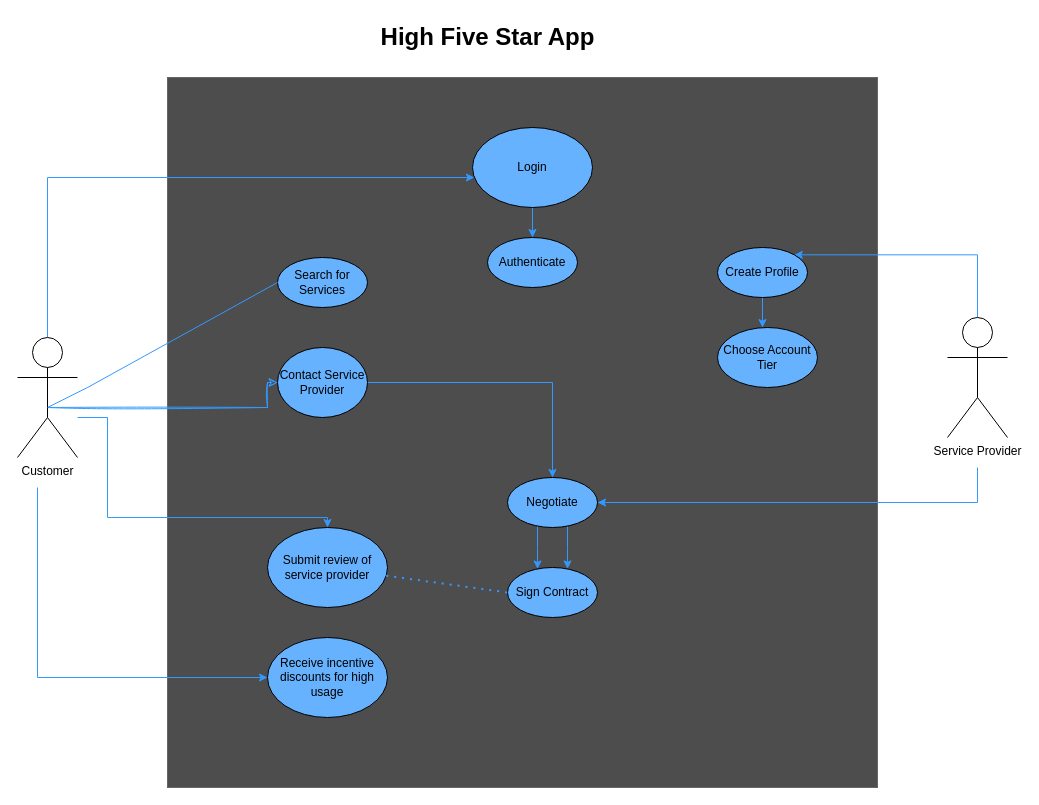
The draw.io diagram AppUseCaseDiagram.drawio in schurch82/High-Five-Star, before the edit. Source tidied: cells renumbered, new cells numbered last; positions are measured from the earlier drawing's top-left corner, leaving out a move shared by most shapes. Both pictures are drawn from the tidied source at 100%, with x=0, y=0 at pixel (17, 17).
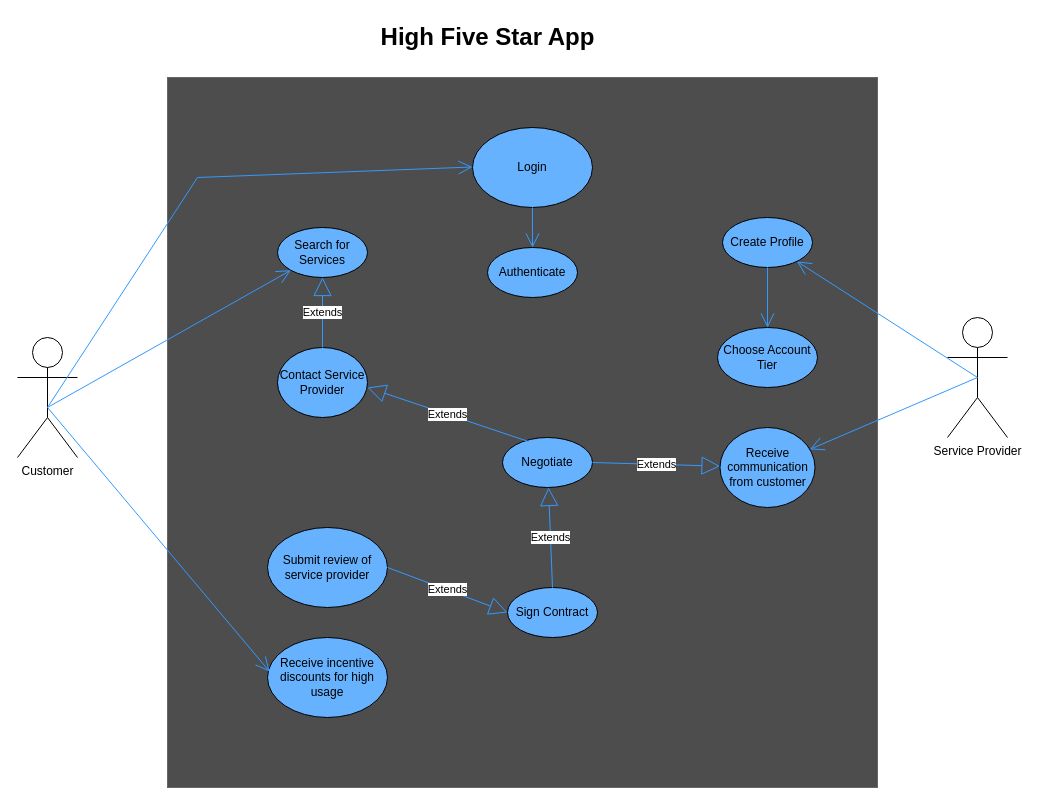
The same diagram, later.

Commit message (it also covers changes not shown here):
Improves use case diagram and adds descriptions to documentation.docxn

The change refers to these unchanged cells:
```xml
<mxCell id="7" value="Customer" style="shape=umlActor;verticalLabelPosition=bottom;verticalAlign=top;html=1;outlineConnect=0;" parent="1" vertex="1">
  <mxGeometry y="320" width="60" height="120" as="geometry" />
</mxCell>
<mxCell id="10" value="Service Provider" style="shape=umlActor;verticalLabelPosition=bottom;verticalAlign=top;html=1;outlineConnect=0;" parent="1" vertex="1">
  <mxGeometry x="930" y="300" width="60" height="120" as="geometry" />
</mxCell>
<mxCell id="13" value="Login" style="ellipse;whiteSpace=wrap;html=1;fillColor=#66B2FF;" parent="1" vertex="1">
  <mxGeometry x="455" y="110" width="120" height="80" as="geometry" />
</mxCell>
<mxCell id="17" value="Contact Service Provider" style="ellipse;whiteSpace=wrap;html=1;fillColor=#66B2FF;" parent="1" vertex="1">
  <mxGeometry x="260" y="330" width="90" height="70" as="geometry" />
</mxCell>
<mxCell id="24" value="Choose Account Tier" style="ellipse;whiteSpace=wrap;html=1;fillColor=#66B2FF;" parent="1" vertex="1">
  <mxGeometry x="700" y="310" width="100" height="60" as="geometry" />
</mxCell>
<mxCell id="25" value="Submit review of service provider" style="ellipse;whiteSpace=wrap;html=1;fillColor=#66B2FF;" parent="1" vertex="1">
  <mxGeometry x="250" y="510" width="120" height="80" as="geometry" />
</mxCell>
<mxCell id="26" value="Receive incentive discounts for high usage" style="ellipse;whiteSpace=wrap;html=1;fillColor=#66B2FF;" parent="1" vertex="1">
  <mxGeometry x="250" y="620" width="120" height="80" as="geometry" />
</mxCell>
```

Change to the diagram source:
```diff
@@
-    <mxCell id="3" style="edgeStyle=orthogonalEdgeStyle;rounded=0;jettySize=auto;html=1;entryX=0;entryY=0.5;entryDx=0;entryDy=0;sketch=1;strokeColor=#3399FF;" parent="1" edge="1" target="17">
-      <mxGeometry relative="1" as="geometry">
-        <mxPoint x="30" y="390" as="sourcePoint" />
-        <Array as="points">
-          <mxPoint x="250" y="390" />
-          <mxPoint x="250" y="365" />
-        </Array>
-      </mxGeometry>
-    </mxCell>
-    <mxCell id="4" style="edgeStyle=orthogonalEdgeStyle;rounded=0;jettySize=auto;html=1;strokeColor=#3399FF;" parent="1" edge="1" source="7" target="25">
-      <mxGeometry relative="1" as="geometry">
-        <Array as="points">
-          <mxPoint x="90" y="400" />
-          <mxPoint x="90" y="500" />
-          <mxPoint x="310" y="500" />
-        </Array>
-      </mxGeometry>
-    </mxCell>
-    <mxCell id="5" style="edgeStyle=orthogonalEdgeStyle;rounded=0;jettySize=auto;html=1;strokeColor=#3399FF;" parent="1" edge="1" target="26">
-      <mxGeometry relative="1" as="geometry">
-        <mxPoint x="20" y="470" as="sourcePoint" />
-        <Array as="points">
-          <mxPoint x="20" y="660" />
-        </Array>
-      </mxGeometry>
-    </mxCell>
-    <mxCell id="6" style="edgeStyle=orthogonalEdgeStyle;rounded=0;jettySize=auto;html=1;strokeColor=#3399FF;" parent="1" edge="1" source="7" target="13">
-      <mxGeometry relative="1" as="geometry">
-        <Array as="points">
-          <mxPoint x="30" y="160" />
-        </Array>
-      </mxGeometry>
-    </mxCell>
@@
-    <mxCell id="8" style="edgeStyle=orthogonalEdgeStyle;rounded=0;jettySize=auto;html=1;entryX=1;entryY=0;entryDx=0;entryDy=0;strokeColor=#3399FF;" parent="1" edge="1" source="10" target="23">
-      <mxGeometry relative="1" as="geometry">
-        <Array as="points">
-          <mxPoint x="960" y="237" />
-        </Array>
-      </mxGeometry>
-    </mxCell>
-    <mxCell id="9" style="edgeStyle=orthogonalEdgeStyle;rounded=0;jettySize=auto;html=1;entryX=1;entryY=0.5;entryDx=0;entryDy=0;strokeColor=#3399FF;" parent="1" edge="1" target="20">
-      <mxGeometry relative="1" as="geometry">
-        <mxPoint x="960" y="450" as="sourcePoint" />
-        <Array as="points">
-          <mxPoint x="960" y="485" />
-        </Array>
-      </mxGeometry>
-    </mxCell>
@@
-    <mxCell id="12" style="edgeStyle=orthogonalEdgeStyle;rounded=0;jettySize=auto;html=1;strokeColor=#3399FF;" parent="1" edge="1" source="13" target="14">
-      <mxGeometry relative="1" as="geometry" />
-    </mxCell>
@@
     <mxCell id="14" value="Authenticate" style="ellipse;whiteSpace=wrap;html=1;fillColor=#66B2FF;" parent="1" vertex="1">
-      <mxGeometry x="470" y="220" width="90" height="50" as="geometry" />
+      <mxGeometry x="470" y="230" width="90" height="50" as="geometry" />
     </mxCell>
     <mxCell id="15" value="Search for Services" style="ellipse;whiteSpace=wrap;html=1;fillColor=#66B2FF;" parent="1" vertex="1">
-      <mxGeometry x="260" y="240" width="90" height="50" as="geometry" />
+      <mxGeometry x="260" y="210" width="90" height="50" as="geometry" />
     </mxCell>
-    <mxCell id="16" style="edgeStyle=orthogonalEdgeStyle;rounded=0;jettySize=auto;html=1;strokeColor=#3399FF;" parent="1" edge="1" source="17" target="20">
-      <mxGeometry relative="1" as="geometry" />
-    </mxCell>
@@
-    <mxCell id="18" style="edgeStyle=orthogonalEdgeStyle;rounded=0;jettySize=auto;html=1;strokeColor=#3399FF;" parent="1" edge="1" source="20" target="21">
-      <mxGeometry relative="1" as="geometry">
-        <Array as="points">
-          <mxPoint x="520" y="530" />
-          <mxPoint x="520" y="530" />
-        </Array>
-      </mxGeometry>
-    </mxCell>
-    <mxCell id="19" style="edgeStyle=orthogonalEdgeStyle;rounded=0;jettySize=auto;html=1;strokeColor=#3399FF;" parent="1" edge="1" source="20" target="21">
-      <mxGeometry relative="1" as="geometry">
-        <Array as="points">
-          <mxPoint x="550" y="530" />
-          <mxPoint x="550" y="530" />
-        </Array>
-      </mxGeometry>
-    </mxCell>
     <mxCell id="20" value="Negotiate" style="ellipse;whiteSpace=wrap;html=1;fillColor=#66B2FF;" parent="1" vertex="1">
-      <mxGeometry x="490" y="460" width="90" height="50" as="geometry" />
+      <mxGeometry x="485" y="420" width="90" height="50" as="geometry" />
     </mxCell>
     <mxCell id="21" value="Sign Contract" style="ellipse;whiteSpace=wrap;html=1;fillColor=#66B2FF;" parent="1" vertex="1">
-      <mxGeometry x="490" y="550" width="90" height="50" as="geometry" />
+      <mxGeometry x="490" y="570" width="90" height="50" as="geometry" />
     </mxCell>
-    <mxCell id="22" style="edgeStyle=orthogonalEdgeStyle;rounded=0;jettySize=auto;html=1;strokeColor=#3399FF;" parent="1" edge="1" source="23" target="24">
-      <mxGeometry relative="1" as="geometry">
-        <Array as="points">
-          <mxPoint x="745" y="310" />
-          <mxPoint x="745" y="310" />
-        </Array>
-      </mxGeometry>
-    </mxCell>
     <mxCell id="23" value="Create Profile" style="ellipse;whiteSpace=wrap;html=1;fillColor=#66B2FF;" parent="1" vertex="1">
-      <mxGeometry x="700" y="230" width="90" height="50" as="geometry" />
+      <mxGeometry x="705" y="200" width="90" height="50" as="geometry" />
     </mxCell>
@@
-    <mxCell id="27" style="endArrow=none;html=1;rounded=0;entryX=0;entryY=0.5;entryDx=0;entryDy=0;strokeColor=#3399FF;" parent="1" edge="1" target="15">
-      <mxGeometry relative="1" as="geometry">
-        <mxPoint x="30" y="390" as="sourcePoint" />
-        <Array as="points">
-          <mxPoint x="70" y="370" />
-        </Array>
-      </mxGeometry>
-    </mxCell>
-    <mxCell id="28" style="endArrow=none;dashed=1;html=1;dashPattern=1 3;strokeWidth=2;rounded=0;entryX=0;entryY=0.5;entryDx=0;entryDy=0;strokeColor=#3399FF;" parent="1" edge="1" source="25" target="21">
+    <mxCell id="28" value="Extends" style="endArrow=block;endSize=16;endFill=0;html=1;rounded=0;exitX=1;exitY=0.5;exitDx=0;exitDy=0;strokeColor=#3399FF;entryX=0;entryY=0.5;entryDx=0;entryDy=0;" parent="1" edge="1" source="25" target="21">
       <mxGeometry relative="1" as="geometry" />
     </mxCell>
+    <mxCell id="29" value="Extends" style="endArrow=block;endSize=16;endFill=0;html=1;rounded=0;exitX=0.5;exitY=0;exitDx=0;exitDy=0;strokeColor=#3399FF;" parent="1" edge="1" source="21" target="20">
+      <mxGeometry relative="1" as="geometry" />
+    </mxCell>
+    <mxCell id="30" value="Extends" style="endArrow=block;endSize=16;endFill=0;html=1;rounded=0;strokeColor=#3399FF;exitX=0.5;exitY=0;exitDx=0;exitDy=0;" parent="1" edge="1" source="17" target="15">
+      <mxGeometry relative="1" as="geometry" />
+    </mxCell>
+    <mxCell id="31" value="Extends" style="endArrow=block;endSize=16;endFill=0;html=1;rounded=0;exitX=0.289;exitY=0.08;exitDx=0;exitDy=0;exitPerimeter=0;strokeColor=#3399FF;" parent="1" edge="1" source="20">
+      <mxGeometry relative="1" as="geometry">
+        <mxPoint x="350" y="370" as="targetPoint" />
+      </mxGeometry>
+    </mxCell>
+    <mxCell id="32" value="Receive communication from customer" style="ellipse;whiteSpace=wrap;html=1;fillColor=#66B2FF;" parent="1" vertex="1">
+      <mxGeometry x="702.5" y="410" width="95" height="80" as="geometry" />
+    </mxCell>
+    <mxCell id="33" style="endArrow=open;endFill=1;endSize=12;html=1;rounded=0;strokeColor=#3399FF;exitX=0.5;exitY=0.5;exitDx=0;exitDy=0;exitPerimeter=0;" parent="1" edge="1" source="10" target="32">
+      <mxGeometry relative="1" as="geometry" />
+    </mxCell>
+    <mxCell id="34" style="endArrow=open;endFill=1;endSize=12;html=1;rounded=0;strokeColor=#3399FF;exitX=0.5;exitY=0.583;exitDx=0;exitDy=0;exitPerimeter=0;" parent="1" edge="1" source="7" target="15">
+      <mxGeometry relative="1" as="geometry" />
+    </mxCell>
+    <mxCell id="35" style="endArrow=open;endFill=1;endSize=12;html=1;rounded=0;strokeColor=#3399FF;" parent="1" edge="1">
+      <mxGeometry relative="1" as="geometry">
+        <mxPoint x="30" y="390" as="sourcePoint" />
+        <mxPoint x="455" y="149.5" as="targetPoint" />
+        <Array as="points">
+          <mxPoint x="180" y="160" />
+        </Array>
+      </mxGeometry>
+    </mxCell>
+    <mxCell id="12" style="endArrow=open;endFill=1;endSize=12;html=1;rounded=0;strokeColor=#3399FF;" parent="1" edge="1" source="13" target="14">
+      <mxGeometry relative="1" as="geometry" />
+    </mxCell>
+    <mxCell id="36" style="endArrow=open;endFill=1;endSize=12;html=1;rounded=0;strokeColor=#3399FF;entryX=0.017;entryY=0.425;entryDx=0;entryDy=0;entryPerimeter=0;" parent="1" edge="1" target="26">
+      <mxGeometry relative="1" as="geometry">
+        <mxPoint x="30" y="390" as="sourcePoint" />
+      </mxGeometry>
+    </mxCell>
+    <mxCell id="37" style="endArrow=open;endFill=1;endSize=12;html=1;rounded=0;strokeColor=#3399FF;" parent="1" edge="1" target="23">
+      <mxGeometry relative="1" as="geometry">
+        <mxPoint x="960" y="360" as="sourcePoint" />
+      </mxGeometry>
+    </mxCell>
+    <mxCell id="22" style="endArrow=open;endFill=1;endSize=12;html=1;rounded=0;strokeColor=#3399FF;entryX=0.5;entryY=0;entryDx=0;entryDy=0;exitX=0.5;exitY=1;exitDx=0;exitDy=0;" parent="1" edge="1" source="23" target="24">
+      <mxGeometry relative="1" as="geometry" />
+    </mxCell>
+    <mxCell id="38" value="Extends" style="endArrow=block;endSize=16;endFill=0;html=1;rounded=0;strokeColor=#3399FF;exitX=1;exitY=0.5;exitDx=0;exitDy=0;" parent="1" edge="1" source="20" target="32">
+      <mxGeometry relative="1" as="geometry" />
+    </mxCell>
```
